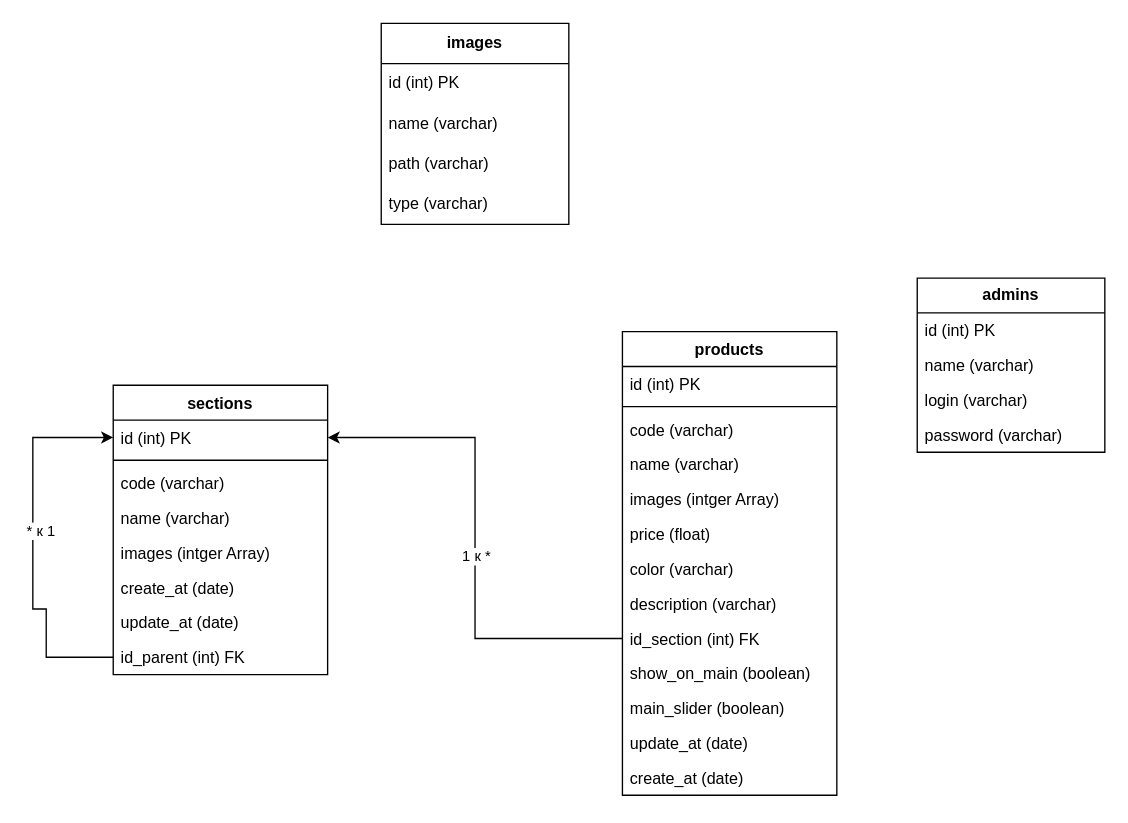
This is BDShop.drawio from Tonkoo/shop-2025, a draw.io file, before an edit. Source tidied: cells renumbered, new cells numbered last; positions are measured from the earlier drawing's top-left corner, leaving out a move shared by most shapes. Both pictures are drawn from the tidied source at 134%, with x=0, y=0 at pixel (32, 23).
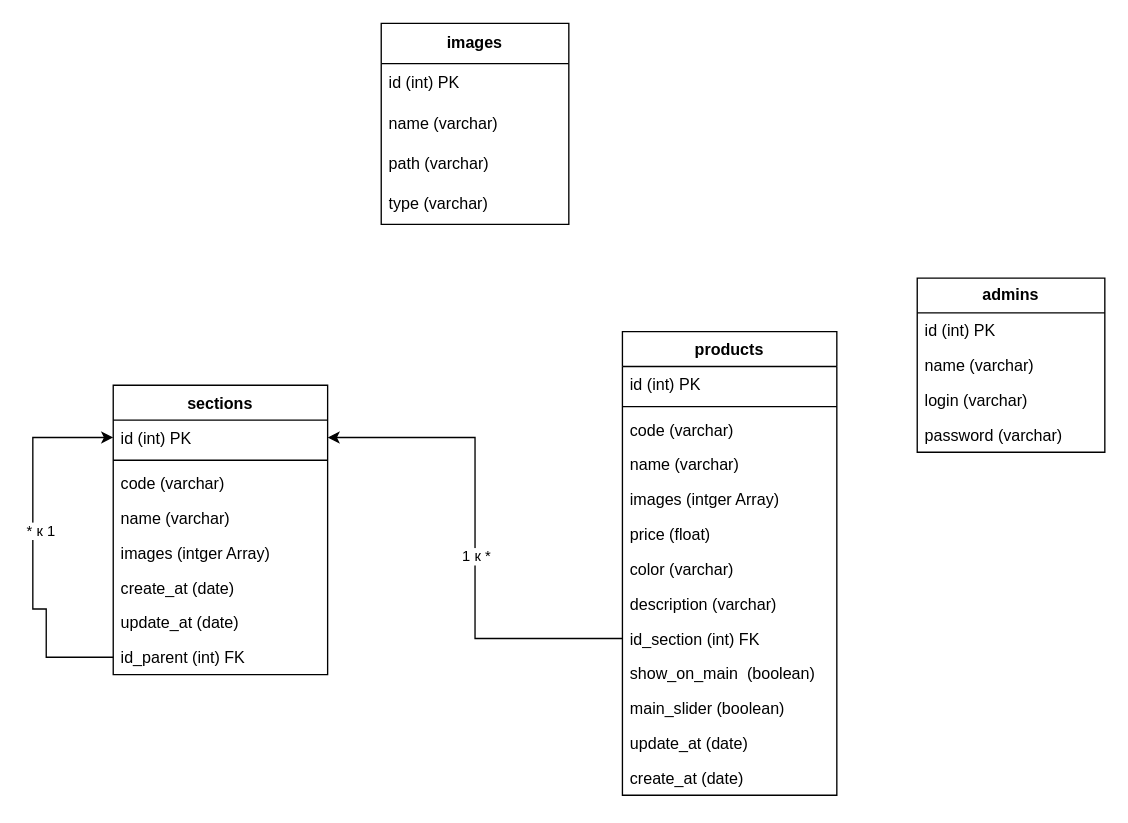
Above is the later version.

The change refers to these unchanged cells:
```xml
<mxCell id="13" value="products" style="swimlane;fontStyle=1;align=center;verticalAlign=top;horizontal=1;startSize=26;whiteSpace=wrap;html=1;" parent="1" vertex="1">
  <mxGeometry x="440" y="230" width="160" height="346" as="geometry" />
</mxCell>
```

Change to the diagram source:
```diff
@@
-    <mxCell id="23" value="show_on_main (boolean)" style="text;strokeColor=none;fillColor=none;align=left;verticalAlign=top;spacingLeft=4;spacingRight=4;overflow=hidden;whiteSpace=wrap;html=1;" parent="13" vertex="1">
+    <mxCell id="23" value="show_on_main&amp;nbsp; (boolean)" style="text;strokeColor=none;fillColor=none;align=left;verticalAlign=top;spacingLeft=4;spacingRight=4;overflow=hidden;whiteSpace=wrap;html=1;" parent="13" vertex="1">
       <mxGeometry y="242" width="160" height="26" as="geometry" />
     </mxCell>
```
